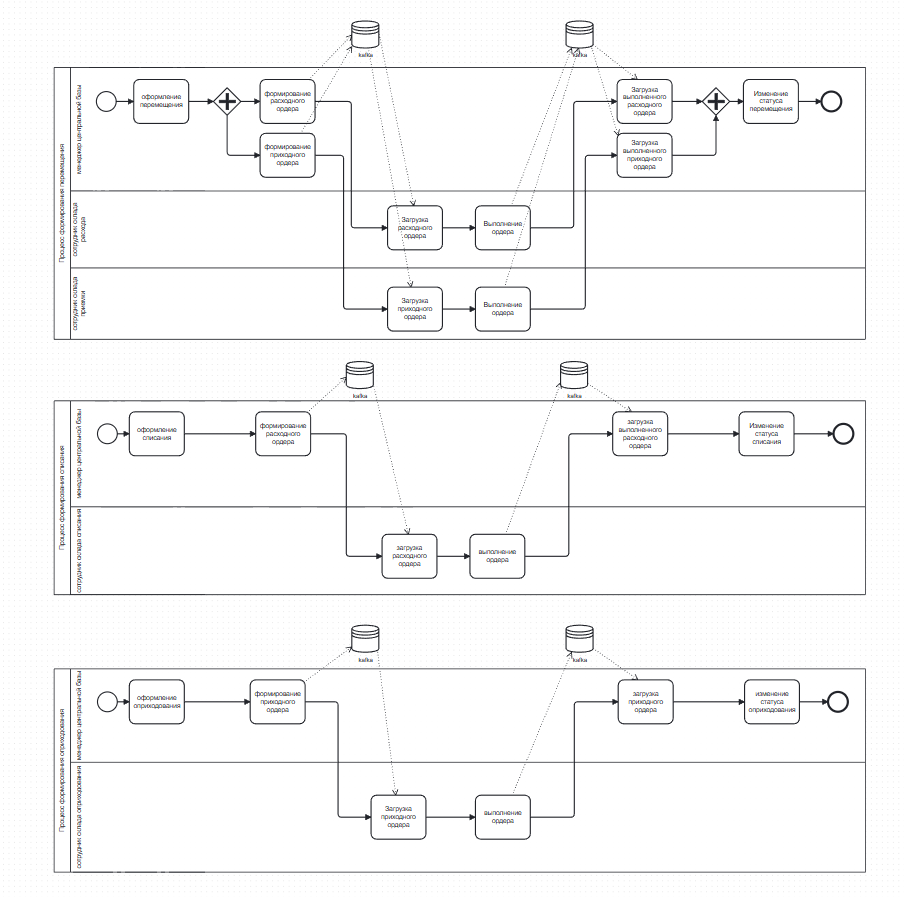
Earlier version of the BPMN export doc/Процессы складских операций.png (shigeomd/WarehouseManagement). Its source is kept beside it as doc/Процессы складских операций.bpmn. Ids are renumbered.
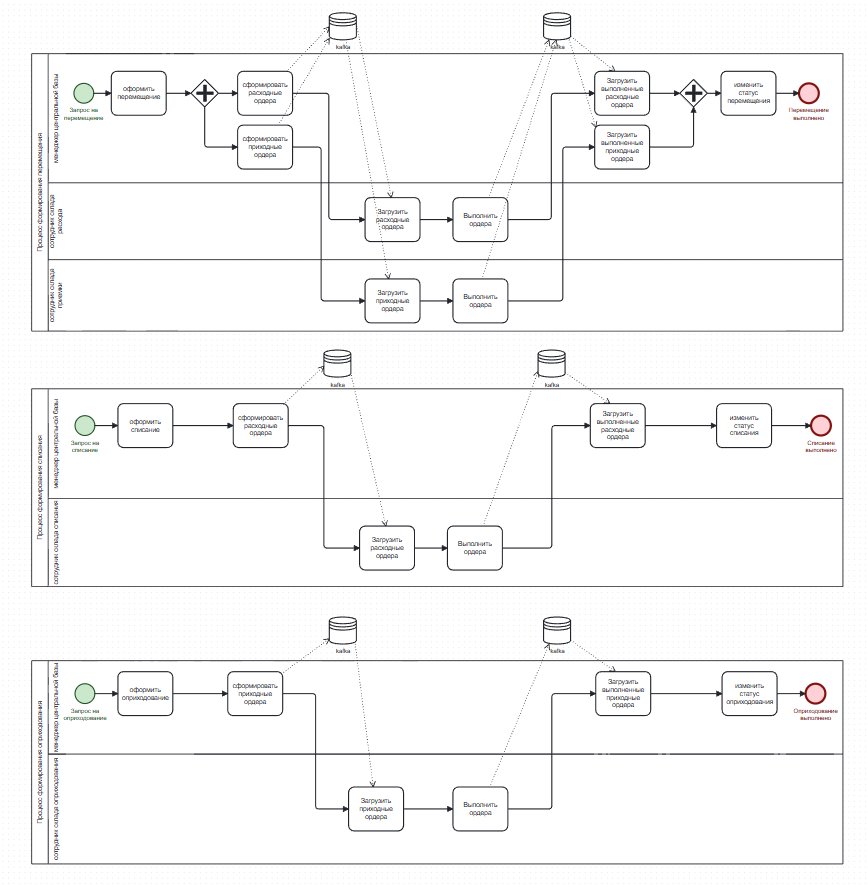
The same diagram one commit later.

Commit message:
Исправление схемы bpmn + презентация

What changed in the source:
```diff
@@ -1,2 +1,2 @@
-<bpmn:definitions xmlns:xsi="http://www.w3.org/2001/XMLSchema-instance" xmlns:bpmn="http://www.omg.org/spec/BPMN/20100524/MODEL" xmlns:bpmndi="http://www.omg.org/spec/BPMN/20100524/DI" xmlns:dc="http://www.omg.org/spec/DD/20100524/DC" xmlns:di="http://www.omg.org/spec/DD/20100524/DI" id="Definitions_n1" targetNamespace="http://bpmn.io/schema/bpmn" exporter="bpmn-js (https://demo.bpmn.io)" exporterVersion="18.9.0">
+<bpmn:definitions xmlns:xsi="http://www.w3.org/2001/XMLSchema-instance" xmlns:bpmn="http://www.omg.org/spec/BPMN/20100524/MODEL" xmlns:bpmndi="http://www.omg.org/spec/BPMN/20100524/DI" xmlns:dc="http://www.omg.org/spec/DD/20100524/DC" xmlns:di="http://www.omg.org/spec/DD/20100524/DI" xmlns:bioc="http://bpmn.io/schema/bpmn/biocolor/1.0" xmlns:color="http://www.omg.org/spec/BPMN/non-normative/color/1.0" id="Definitions_n1" targetNamespace="http://bpmn.io/schema/bpmn" exporter="bpmn-js (https://demo.bpmn.io)" exporterVersion="18.9.0">
   <bpmn:collaboration id="Collaboration_n2">
@@ -31,6 +31,6 @@
     <bpmn:dataStoreReference id="DataStoreReference_n28" name="kafka" />
-    <bpmn:startEvent id="StartEvent_n11">
+    <bpmn:startEvent id="StartEvent_n11" name="Запрос на перемещение">
       <bpmn:outgoing>Flow_n29</bpmn:outgoing>
     </bpmn:startEvent>
-    <bpmn:task id="Activity_n12" name="оформление перемещения">
+    <bpmn:task id="Activity_n12" name="оформить перемещение">
       <bpmn:incoming>Flow_n29</bpmn:incoming>
@@ -43,3 +43,3 @@
     </bpmn:parallelGateway>
-    <bpmn:task id="Activity_n14" name="формирование расходного ордера">
+    <bpmn:task id="Activity_n14" name="сформировать расходные ордера">
       <bpmn:incoming>Flow_n31</bpmn:incoming>
@@ -50,3 +50,3 @@
     </bpmn:task>
-    <bpmn:task id="Activity_n15" name="Загрузка выполненного расходного ордера">
+    <bpmn:task id="Activity_n15" name="Загрузить выполненные расходные ордера">
       <bpmn:incoming>Flow_n35</bpmn:incoming>
@@ -64,3 +64,3 @@
     </bpmn:parallelGateway>
-    <bpmn:task id="Activity_n17" name="Изменение статуса перемещения">
+    <bpmn:task id="Activity_n17" name="изменить статус перемещения">
       <bpmn:incoming>Flow_n40</bpmn:incoming>
@@ -68,6 +68,6 @@
     </bpmn:task>
-    <bpmn:endEvent id="Event_n18">
+    <bpmn:endEvent id="Event_n18" name="Перемещение выполнено">
       <bpmn:incoming>Flow_n41</bpmn:incoming>
     </bpmn:endEvent>
-    <bpmn:task id="Activity_n19" name="формирование приходного ордера">
+    <bpmn:task id="Activity_n19" name="сформировать приходные ордера">
       <bpmn:incoming>Flow_n32</bpmn:incoming>
@@ -78,3 +78,3 @@
     </bpmn:task>
-    <bpmn:task id="Activity_n20" name="Загрузка выполненного приходного ордера">
+    <bpmn:task id="Activity_n20" name="Загрузить выполненные приходные ордера">
       <bpmn:incoming>Flow_n44</bpmn:incoming>
@@ -87,3 +87,3 @@
     </bpmn:task>
-    <bpmn:task id="Activity_n25" name="Загрузка приходного ордера">
+    <bpmn:task id="Activity_n25" name="Загрузить приходные ордера">
       <bpmn:incoming>Flow_n42</bpmn:incoming>
@@ -96,3 +96,3 @@
     </bpmn:task>
-    <bpmn:task id="Activity_n22" name="Загрузка расходного ордера">
+    <bpmn:task id="Activity_n22" name="Загрузить расходные ордера">
       <bpmn:incoming>Flow_n33</bpmn:incoming>
@@ -105,3 +105,3 @@
     </bpmn:task>
-    <bpmn:task id="Activity_n23" name="Выполнение ордера">
+    <bpmn:task id="Activity_n23" name="Выполнить ордера">
       <bpmn:incoming>Flow_n50</bpmn:incoming>
@@ -112,3 +112,3 @@
     </bpmn:task>
-    <bpmn:task id="Activity_n26" name="Выполнение ордера">
+    <bpmn:task id="Activity_n26" name="Выполнить ордера">
       <bpmn:incoming>Flow_n47</bpmn:incoming>
@@ -145,4 +145,4 @@
         <bpmn:flowNodeRef>Event_n64</bpmn:flowNodeRef>
+        <bpmn:flowNodeRef>Event_n66</bpmn:flowNodeRef>
         <bpmn:flowNodeRef>Activity_n65</bpmn:flowNodeRef>
-        <bpmn:flowNodeRef>Event_n66</bpmn:flowNodeRef>
       </bpmn:lane>
@@ -153,3 +153,3 @@
     </bpmn:laneSet>
-    <bpmn:task id="Activity_n61" name="формирование расходного ордера">
+    <bpmn:task id="Activity_n61" name="сформировать расходные ордера">
       <bpmn:incoming>Flow_n70</bpmn:incoming>
@@ -160,3 +160,3 @@
     </bpmn:task>
-    <bpmn:task id="Activity_n62" name="загрузка выполненного расходного ордера">
+    <bpmn:task id="Activity_n62" name="Загрузить выполненные расходные ордера">
       <bpmn:incoming>Flow_n73</bpmn:incoming>
@@ -169,3 +169,3 @@
     </bpmn:task>
-    <bpmn:task id="Activity_n63" name="Изменение статуса списания">
+    <bpmn:task id="Activity_n63" name="изменить статус списания">
       <bpmn:incoming>Flow_n74</bpmn:incoming>
@@ -173,3 +173,3 @@
     </bpmn:task>
-    <bpmn:endEvent id="Event_n64">
+    <bpmn:endEvent id="Event_n64" name="Списание выполнено">
       <bpmn:incoming>Flow_n77</bpmn:incoming>
@@ -183,10 +183,6 @@
     <bpmn:sequenceFlow id="Flow_n74" sourceRef="Activity_n62" targetRef="Activity_n63" />
-    <bpmn:task id="Activity_n65" name="оформление списания">
-      <bpmn:incoming>Flow_n78</bpmn:incoming>
-      <bpmn:outgoing>Flow_n70</bpmn:outgoing>
-    </bpmn:task>
-    <bpmn:startEvent id="Event_n66">
+    <bpmn:startEvent id="Event_n66" name="Запрос на списание">
       <bpmn:outgoing>Flow_n78</bpmn:outgoing>
     </bpmn:startEvent>
-    <bpmn:task id="Activity_n68" name="загрузка расходного ордера">
+    <bpmn:task id="Activity_n68" name="Загрузить расходные ордера">
       <bpmn:incoming>Flow_n71</bpmn:incoming>
@@ -199,3 +195,3 @@
     </bpmn:task>
-    <bpmn:task id="Activity_n69" name="выполнение ордера">
+    <bpmn:task id="Activity_n69" name="Выполнить ордера">
       <bpmn:incoming>Flow_n79</bpmn:incoming>
@@ -206,2 +202,6 @@
     </bpmn:task>
+    <bpmn:task id="Activity_n65" name="оформить списание">
+      <bpmn:incoming>Flow_n78</bpmn:incoming>
+      <bpmn:outgoing>Flow_n70</bpmn:outgoing>
+    </bpmn:task>
   </bpmn:process>
@@ -211,3 +211,2 @@
         <bpmn:flowNodeRef>Event_n85</bpmn:flowNodeRef>
-        <bpmn:flowNodeRef>Activity_n86</bpmn:flowNodeRef>
         <bpmn:flowNodeRef>Activity_n87</bpmn:flowNodeRef>
@@ -216,2 +215,3 @@
         <bpmn:flowNodeRef>Event_n90</bpmn:flowNodeRef>
+        <bpmn:flowNodeRef>Activity_n86</bpmn:flowNodeRef>
       </bpmn:lane>
@@ -222,10 +222,6 @@
     </bpmn:laneSet>
-    <bpmn:startEvent id="Event_n85">
+    <bpmn:startEvent id="Event_n85" name="Запрос на оприходование">
       <bpmn:outgoing>Flow_n94</bpmn:outgoing>
     </bpmn:startEvent>
-    <bpmn:task id="Activity_n86" name="оформление оприходования">
-      <bpmn:incoming>Flow_n94</bpmn:incoming>
-      <bpmn:outgoing>Flow_n95</bpmn:outgoing>
-    </bpmn:task>
-    <bpmn:task id="Activity_n87" name="формирование приходного ордера">
+    <bpmn:task id="Activity_n87" name="сформировать приходные ордера">
       <bpmn:incoming>Flow_n95</bpmn:incoming>
@@ -236,3 +232,3 @@
     </bpmn:task>
-    <bpmn:task id="Activity_n92" name="Загрузка приходного ордера">
+    <bpmn:task id="Activity_n92" name="Загрузить приходные ордера">
       <bpmn:incoming>Flow_n96</bpmn:incoming>
@@ -245,3 +241,3 @@
     </bpmn:task>
-    <bpmn:task id="Activity_n93" name="выполнение ордера">
+    <bpmn:task id="Activity_n93" name="Выполнить ордера">
       <bpmn:incoming>Flow_n98</bpmn:incoming>
@@ -252,3 +248,3 @@
     </bpmn:task>
-    <bpmn:task id="Activity_n88" name="загрузка приходного ордера">
+    <bpmn:task id="Activity_n88" name="Загрузить выполненные приходные ордера">
       <bpmn:incoming>Flow_n101</bpmn:incoming>
@@ -261,3 +257,3 @@
     </bpmn:task>
-    <bpmn:task id="Activity_n89" name="изменение статуса оприходования">
+    <bpmn:task id="Activity_n89" name="изменить статус оприходования">
       <bpmn:incoming>Flow_n103</bpmn:incoming>
@@ -265,3 +261,3 @@
     </bpmn:task>
-    <bpmn:endEvent id="Event_n90">
+    <bpmn:endEvent id="Event_n90" name="Оприходование выполнено">
       <bpmn:incoming>Flow_n106</bpmn:incoming>
@@ -275,2 +271,6 @@
     <bpmn:sequenceFlow id="Flow_n106" sourceRef="Activity_n89" targetRef="Event_n90" />
+    <bpmn:task id="Activity_n86" name="оформить оприходование">
+      <bpmn:incoming>Flow_n94</bpmn:incoming>
+      <bpmn:outgoing>Flow_n95</bpmn:outgoing>
+    </bpmn:task>
   </bpmn:process>
@@ -279,3 +279,3 @@
       <bpmndi:BPMNShape id="Participant_n3_di" bpmnElement="Participant_n3" isHorizontal="true">
-        <dc:Bounds x="153" y="160" width="1477" height="495" />
+        <dc:Bounds x="153" y="150" width="1477" height="505" />
         <bpmndi:BPMNLabel />
@@ -291,7 +291,10 @@
       <bpmndi:BPMNShape id="Lane_n10_di" bpmnElement="Lane_n10" isHorizontal="true">
-        <dc:Bounds x="183" y="160" width="1447" height="225" />
+        <dc:Bounds x="183" y="150" width="1447" height="235" />
         <bpmndi:BPMNLabel />
       </bpmndi:BPMNShape>
-      <bpmndi:BPMNShape id="_BPMNShape_StartEvent_2" bpmnElement="StartEvent_n11">
+      <bpmndi:BPMNShape id="_BPMNShape_StartEvent_2" bpmnElement="StartEvent_n11" bioc:stroke="#205022" bioc:fill="#c8e6c9" color:background-color="#c8e6c9" color:border-color="#205022">
         <dc:Bounds x="230" y="204" width="36" height="36" />
+        <bpmndi:BPMNLabel>
+          <dc:Bounds x="212" y="247" width="72" height="27" />
+        </bpmndi:BPMNLabel>
       </bpmndi:BPMNShape>
@@ -319,4 +322,7 @@
       </bpmndi:BPMNShape>
-      <bpmndi:BPMNShape id="Event_n18_di" bpmnElement="Event_n18">
+      <bpmndi:BPMNShape id="Event_n18_di" bpmnElement="Event_n18" bioc:stroke="#831311" bioc:fill="#ffcdd2" color:background-color="#ffcdd2" color:border-color="#831311">
         <dc:Bounds x="1550" y="204" width="36" height="36" />
+        <bpmndi:BPMNLabel>
+          <dc:Bounds x="1531" y="247" width="74" height="27" />
+        </bpmndi:BPMNLabel>
       </bpmndi:BPMNShape>
@@ -412,8 +418,28 @@
       </bpmndi:BPMNEdge>
+      <bpmndi:BPMNShape id="DataStoreReference_n27_di" bpmnElement="DataStoreReference_n27">
+        <dc:Bounds x="695" y="75" width="50" height="50" />
+        <bpmndi:BPMNLabel>
+          <dc:Bounds x="707" y="132" width="27" height="14" />
+        </bpmndi:BPMNLabel>
+      </bpmndi:BPMNShape>
+      <bpmndi:BPMNShape id="DataStoreReference_n28_di" bpmnElement="DataStoreReference_n28">
+        <dc:Bounds x="1085" y="75" width="50" height="50" />
+        <bpmndi:BPMNLabel>
+          <dc:Bounds x="1097" y="132" width="27" height="14" />
+        </bpmndi:BPMNLabel>
+      </bpmndi:BPMNShape>
+      <bpmndi:BPMNShape id="DataStoreReference_n57_di" bpmnElement="DataStoreReference_n57">
+        <dc:Bounds x="695" y="1175" width="50" height="50" />
+        <bpmndi:BPMNLabel>
+          <dc:Bounds x="707" y="1232" width="27" height="14" />
+        </bpmndi:BPMNLabel>
+      </bpmndi:BPMNShape>
+      <bpmndi:BPMNShape id="DataStoreReference_n58_di" bpmnElement="DataStoreReference_n58">
+        <dc:Bounds x="1085" y="1175" width="50" height="50" />
+        <bpmndi:BPMNLabel>
+          <dc:Bounds x="1097" y="1232" width="27" height="14" />
+        </bpmndi:BPMNLabel>
+      </bpmndi:BPMNShape>
       <bpmndi:BPMNShape id="Participant_n5_di" bpmnElement="Participant_n5" isHorizontal="true">
-        <dc:Bounds x="153" y="767" width="1477" height="353" />
-        <bpmndi:BPMNLabel />
-      </bpmndi:BPMNShape>
-      <bpmndi:BPMNShape id="Lane_n60_di" bpmnElement="Lane_n60" isHorizontal="true">
-        <dc:Bounds x="183" y="767" width="1447" height="193" />
+        <dc:Bounds x="153" y="760" width="1477" height="360" />
         <bpmndi:BPMNLabel />
@@ -422,2 +448,6 @@
         <dc:Bounds x="183" y="960" width="1447" height="160" />
+        <bpmndi:BPMNLabel />
+      </bpmndi:BPMNShape>
+      <bpmndi:BPMNShape id="Lane_n60_di" bpmnElement="Lane_n60" isHorizontal="true">
+        <dc:Bounds x="183" y="760" width="1447" height="200" />
         <bpmndi:BPMNLabel />
@@ -436,11 +466,13 @@
       </bpmndi:BPMNShape>
-      <bpmndi:BPMNShape id="Event_n64_di" bpmnElement="Event_n64">
+      <bpmndi:BPMNShape id="Event_n64_di" bpmnElement="Event_n64" bioc:stroke="#831311" bioc:fill="#ffcdd2" color:background-color="#ffcdd2" color:border-color="#831311">
         <dc:Bounds x="1572" y="809" width="36" height="36" />
+        <bpmndi:BPMNLabel>
+          <dc:Bounds x="1562" y="852" width="57" height="27" />
+        </bpmndi:BPMNLabel>
       </bpmndi:BPMNShape>
-      <bpmndi:BPMNShape id="Activity_n65_di" bpmnElement="Activity_n65">
-        <dc:Bounds x="290" y="787" width="100" height="80" />
-        <bpmndi:BPMNLabel />
-      </bpmndi:BPMNShape>
-      <bpmndi:BPMNShape id="Event_n66_di" bpmnElement="Event_n66">
+      <bpmndi:BPMNShape id="Event_n66_di" bpmnElement="Event_n66" bioc:stroke="#205022" bioc:fill="#c8e6c9" color:background-color="#c8e6c9" color:border-color="#205022">
         <dc:Bounds x="232" y="809" width="36" height="36" />
+        <bpmndi:BPMNLabel>
+          <dc:Bounds x="224" y="852" width="52" height="27" />
+        </bpmndi:BPMNLabel>
       </bpmndi:BPMNShape>
@@ -454,2 +486,6 @@
       </bpmndi:BPMNShape>
+      <bpmndi:BPMNShape id="Activity_n65_di" bpmnElement="Activity_n65">
+        <dc:Bounds x="310" y="787" width="100" height="80" />
+        <bpmndi:BPMNLabel />
+      </bpmndi:BPMNShape>
       <bpmndi:BPMNEdge id="Flow_n77_di" bpmnElement="Flow_n77">
@@ -460,6 +496,6 @@
         <di:waypoint x="268" y="827" />
-        <di:waypoint x="290" y="827" />
+        <di:waypoint x="310" y="827" />
       </bpmndi:BPMNEdge>
       <bpmndi:BPMNEdge id="Flow_n70_di" bpmnElement="Flow_n70">
-        <di:waypoint x="390" y="827" />
+        <di:waypoint x="410" y="827" />
         <di:waypoint x="520" y="827" />
@@ -478,4 +514,4 @@
         <di:waypoint x="1010" y="1050" />
-        <di:waypoint x="1090" y="1050" />
-        <di:waypoint x="1090" y="827" />
+        <di:waypoint x="1100" y="1050" />
+        <di:waypoint x="1100" y="827" />
         <di:waypoint x="1170" y="827" />
@@ -490,2 +526,6 @@
       </bpmndi:BPMNShape>
+      <bpmndi:BPMNShape id="Lane_n91_di" bpmnElement="Lane_n91" isHorizontal="true">
+        <dc:Bounds x="183" y="1425" width="1447" height="200" />
+        <bpmndi:BPMNLabel />
+      </bpmndi:BPMNShape>
       <bpmndi:BPMNShape id="Lane_n84_di" bpmnElement="Lane_n84" isHorizontal="true">
@@ -494,12 +534,7 @@
       </bpmndi:BPMNShape>
-      <bpmndi:BPMNShape id="Lane_n91_di" bpmnElement="Lane_n91" isHorizontal="true">
-        <dc:Bounds x="183" y="1425" width="1447" height="200" />
-        <bpmndi:BPMNLabel />
-      </bpmndi:BPMNShape>
-      <bpmndi:BPMNShape id="Event_n85_di" bpmnElement="Event_n85">
+      <bpmndi:BPMNShape id="Event_n85_di" bpmnElement="Event_n85" bioc:stroke="#205022" bioc:fill="#c8e6c9" color:background-color="#c8e6c9" color:border-color="#205022">
         <dc:Bounds x="232" y="1297" width="36" height="36" />
-      </bpmndi:BPMNShape>
-      <bpmndi:BPMNShape id="Activity_n86_di" bpmnElement="Activity_n86">
-        <dc:Bounds x="290" y="1275" width="100" height="80" />
-        <bpmndi:BPMNLabel />
+        <bpmndi:BPMNLabel>
+          <dc:Bounds x="211" y="1340" width="79" height="27" />
+        </bpmndi:BPMNLabel>
       </bpmndi:BPMNShape>
@@ -525,4 +560,11 @@
       </bpmndi:BPMNShape>
-      <bpmndi:BPMNShape id="Event_n90_di" bpmnElement="Event_n90">
+      <bpmndi:BPMNShape id="Event_n90_di" bpmnElement="Event_n90" bioc:stroke="#831311" bioc:fill="#ffcdd2" color:background-color="#ffcdd2" color:border-color="#831311">
         <dc:Bounds x="1562" y="1297" width="36" height="36" />
+        <bpmndi:BPMNLabel>
+          <dc:Bounds x="1540" y="1340" width="81" height="27" />
+        </bpmndi:BPMNLabel>
+      </bpmndi:BPMNShape>
+      <bpmndi:BPMNShape id="Activity_n86_di" bpmnElement="Activity_n86">
+        <dc:Bounds x="310" y="1275" width="100" height="80" />
+        <bpmndi:BPMNLabel />
       </bpmndi:BPMNShape>
@@ -530,6 +572,6 @@
         <di:waypoint x="268" y="1315" />
-        <di:waypoint x="290" y="1315" />
+        <di:waypoint x="310" y="1315" />
       </bpmndi:BPMNEdge>
       <bpmndi:BPMNEdge id="Flow_n95_di" bpmnElement="Flow_n95">
-        <di:waypoint x="390" y="1315" />
+        <di:waypoint x="410" y="1315" />
         <di:waypoint x="510" y="1315" />
@@ -560,18 +602,6 @@
       </bpmndi:BPMNEdge>
-      <bpmndi:BPMNShape id="DataStoreReference_n27_di" bpmnElement="DataStoreReference_n27">
-        <dc:Bounds x="695" y="75" width="50" height="50" />
+      <bpmndi:BPMNShape id="DataStoreReference_n55_di" bpmnElement="DataStoreReference_n55">
+        <dc:Bounds x="685" y="689" width="50" height="50" />
         <bpmndi:BPMNLabel>
-          <dc:Bounds x="707" y="132" width="27" height="14" />
-        </bpmndi:BPMNLabel>
-      </bpmndi:BPMNShape>
-      <bpmndi:BPMNShape id="DataStoreReference_n28_di" bpmnElement="DataStoreReference_n28">
-        <dc:Bounds x="1085" y="75" width="50" height="50" />
-        <bpmndi:BPMNLabel>
-          <dc:Bounds x="1097" y="132" width="27" height="14" />
-        </bpmndi:BPMNLabel>
-      </bpmndi:BPMNShape>
-      <bpmndi:BPMNShape id="DataStoreReference_n55_di" bpmnElement="DataStoreReference_n55">
-        <dc:Bounds x="685" y="695" width="50" height="50" />
-        <bpmndi:BPMNLabel>
-          <dc:Bounds x="697" y="752" width="27" height="14" />
+          <dc:Bounds x="697" y="746" width="27" height="14" />
         </bpmndi:BPMNLabel>
@@ -579,17 +609,5 @@
       <bpmndi:BPMNShape id="DataStoreReference_n56_di" bpmnElement="DataStoreReference_n56">
-        <dc:Bounds x="1075" y="695" width="50" height="50" />
+        <dc:Bounds x="1075" y="689" width="50" height="50" />
         <bpmndi:BPMNLabel>
-          <dc:Bounds x="1087" y="752" width="27" height="14" />
-        </bpmndi:BPMNLabel>
-      </bpmndi:BPMNShape>
-      <bpmndi:BPMNShape id="DataStoreReference_n57_di" bpmnElement="DataStoreReference_n57">
-        <dc:Bounds x="695" y="1175" width="50" height="50" />
-        <bpmndi:BPMNLabel>
-          <dc:Bounds x="707" y="1232" width="27" height="14" />
-        </bpmndi:BPMNLabel>
-      </bpmndi:BPMNShape>
-      <bpmndi:BPMNShape id="DataStoreReference_n58_di" bpmnElement="DataStoreReference_n58">
-        <dc:Bounds x="1085" y="1175" width="50" height="50" />
-        <bpmndi:BPMNLabel>
-          <dc:Bounds x="1097" y="1232" width="27" height="14" />
+          <dc:Bounds x="1087" y="746" width="27" height="14" />
         </bpmndi:BPMNLabel>
@@ -629,7 +647,11 @@
       <bpmndi:BPMNEdge id="DataOutputAssociation_n72_di" bpmnElement="DataOutputAssociation_n72">
-        <di:waypoint x="614" y="788" />
-        <di:waypoint x="685" y="724" />
+        <di:waypoint x="612" y="788" />
+        <di:waypoint x="685" y="719" />
+      </bpmndi:BPMNEdge>
+      <bpmndi:BPMNEdge id="DataInputAssociation_n76_di" bpmnElement="DataInputAssociation_n76">
+        <di:waypoint x="1125" y="731" />
+        <di:waypoint x="1206" y="787" />
       </bpmndi:BPMNEdge>
       <bpmndi:BPMNEdge id="DataInputAssociation_n81_di" bpmnElement="DataInputAssociation_n81">
-        <di:waypoint x="735" y="741" />
+        <di:waypoint x="735" y="736" />
         <di:waypoint x="798" y="1010" />
@@ -638,15 +660,3 @@
         <di:waypoint x="975" y="1010" />
-        <di:waypoint x="1075" y="734" />
-      </bpmndi:BPMNEdge>
-      <bpmndi:BPMNEdge id="DataInputAssociation_n76_di" bpmnElement="DataInputAssociation_n76">
-        <di:waypoint x="1125" y="736" />
-        <di:waypoint x="1204" y="787" />
-      </bpmndi:BPMNEdge>
-      <bpmndi:BPMNEdge id="DataInputAssociation_n105_di" bpmnElement="DataInputAssociation_n105">
-        <di:waypoint x="1135" y="1218" />
-        <di:waypoint x="1216" y="1275" />
-      </bpmndi:BPMNEdge>
-      <bpmndi:BPMNEdge id="DataOutputAssociation_n102_di" bpmnElement="DataOutputAssociation_n102">
-        <di:waypoint x="987" y="1485" />
-        <di:waypoint x="1095" y="1225" />
+        <di:waypoint x="1075" y="728" />
       </bpmndi:BPMNEdge>
@@ -660,2 +670,10 @@
       </bpmndi:BPMNEdge>
+      <bpmndi:BPMNEdge id="DataOutputAssociation_n102_di" bpmnElement="DataOutputAssociation_n102">
+        <di:waypoint x="987" y="1485" />
+        <di:waypoint x="1095" y="1225" />
+      </bpmndi:BPMNEdge>
+      <bpmndi:BPMNEdge id="DataInputAssociation_n105_di" bpmnElement="DataInputAssociation_n105">
+        <di:waypoint x="1135" y="1218" />
+        <di:waypoint x="1216" y="1275" />
+      </bpmndi:BPMNEdge>
     </bpmndi:BPMNPlane>
```
